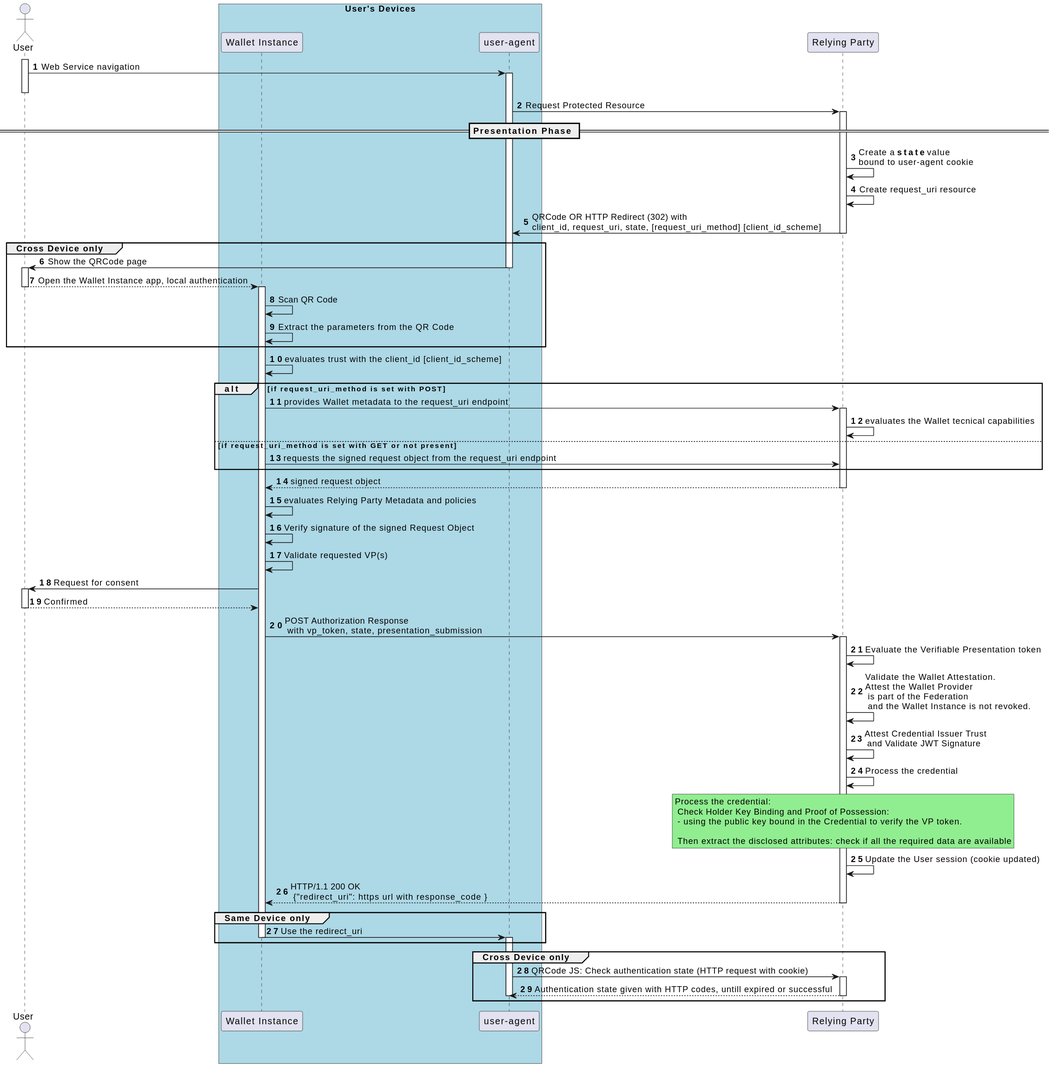
The PlantUML diagram images/cross_device_auth_seq_diagram.svg in italia/eudi-wallet-it-docs, before a commit. Its diagram source:
```plantuml
@startuml
autonumber


Actor "User" as u

box "User's Devices" #LightBlue
participant "Wallet Instance" as w
participant "user-agent" as ua
end box
participant "Relying Party" as ve

activate u
u -> ua: Web Service navigation
activate ua
deactivate u
ua -> ve: Request Protected Resource

== Presentation Phase ==
activate ve
ve -> ve: Create a **state** value\nbound to user-agent cookie
ve -> ve: Create request_uri resource
ve -> ua: QRCode OR HTTP Redirect (302) with\nclient_id, request_uri, state, [request_uri_method] [client_id_scheme]
deactivate ve




group Cross Device only
ua -> u: Show the QRCode page
deactivate ua
activate u
u --> w: Open the Wallet Instance app, local authentication
deactivate u
activate w
w -> w: Scan QR Code
w -> w: Extract the parameters from the QR Code
end

w -> w: evaluates trust with the client_id [client_id_scheme]

alt if request_uri_method is set with POST
    w -> ve: provides Wallet metadata to the request_uri endpoint
    activate ve
    ve -> ve: evaluates the Wallet tecnical capabilities
else if request_uri_method is set with GET or not present
   w -> ve: requests the signed request object from the request_uri endpoint
end

ve --> w: signed request object
deactivate ve


w -> w: evaluates Relying Party Metadata and policies
w -> w: Verify signature of the signed Request Object
w -> w: Validate requested VP(s)
w -> u: Request for consent
activate u
u --> w: Confirmed
deactivate u
w -> ve: POST Authorization Response \n with vp_token, state, presentation_submission
activate ve
ve -> ve: Evaluate the Verifiable Presentation token
ve -> ve: Validate the Wallet Attestation. \nAttest the Wallet Provider\n is part of the Federation\n and the Wallet Instance is not revoked.
ve -> ve: Attest Credential Issuer Trust\n and Validate JWT Signature
ve -> ve: Process the credential

rnote over ve #LIGHTGREEN
Process the credential:
 Check Holder Key Binding and Proof of Possession:
 - using the public key bound in the Credential to verify the VP token.

 Then extract the disclosed attributes: check if all the required data are available
endrnote

ve -> ve: Update the User session (cookie updated)
ve --> w: HTTP/1.1 200 OK\n {"redirect_uri": https url with response_code }

deactivate ve

group Same Device only
w -> ua: Use the redirect_uri
deactivate w
activate ua
end

group Cross Device only
ua -> ve: QRCode JS: Check authentication state (HTTP request with cookie)
activate ve
ve --> ua: Authentication state given with HTTP codes, untill expired or successful
deactivate ua
deactivate ve
end
@enduml
```
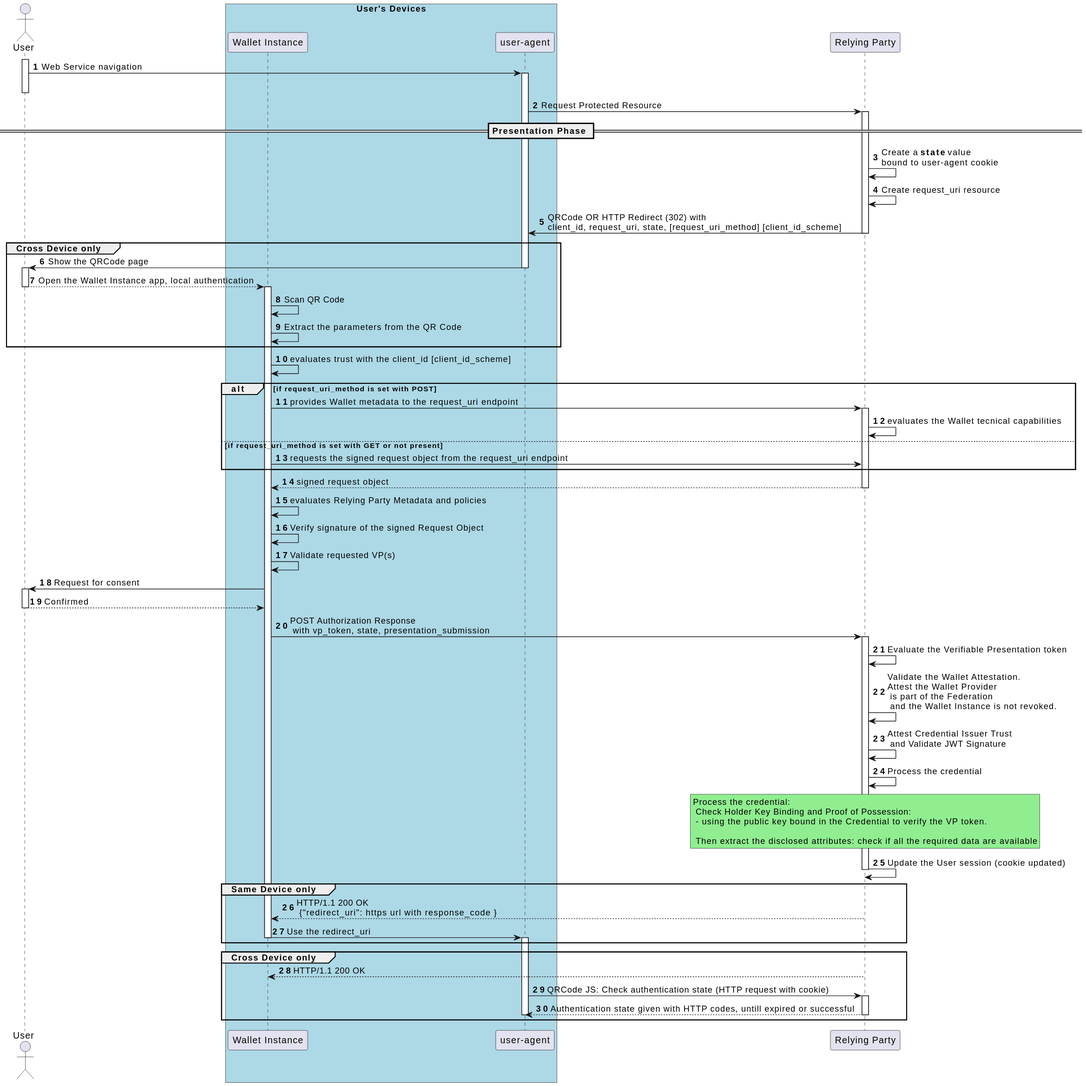
After the change.

Commit message:
fix: RP crossdevice flow without redirect_uri. Fixes https://github.com/italia/eudi-wallet-it-docs/issues/386

Change to the diagram source:
```diff
@@ -74,17 +74,18 @@
 endrnote
 
 ve -> ve: Update the User session (cookie updated)
-ve --> w: HTTP/1.1 200 OK\n {"redirect_uri": https url with response_code }
 
 deactivate ve
 
 group Same Device only
+ve --> w: HTTP/1.1 200 OK\n {"redirect_uri": https url with response_code }
 w -> ua: Use the redirect_uri
 deactivate w
 activate ua
 end
 
 group Cross Device only
+ve --> w: HTTP/1.1 200 OK
 ua -> ve: QRCode JS: Check authentication state (HTTP request with cookie)
 activate ve
 ve --> ua: Authentication state given with HTTP codes, untill expired or successful
```
